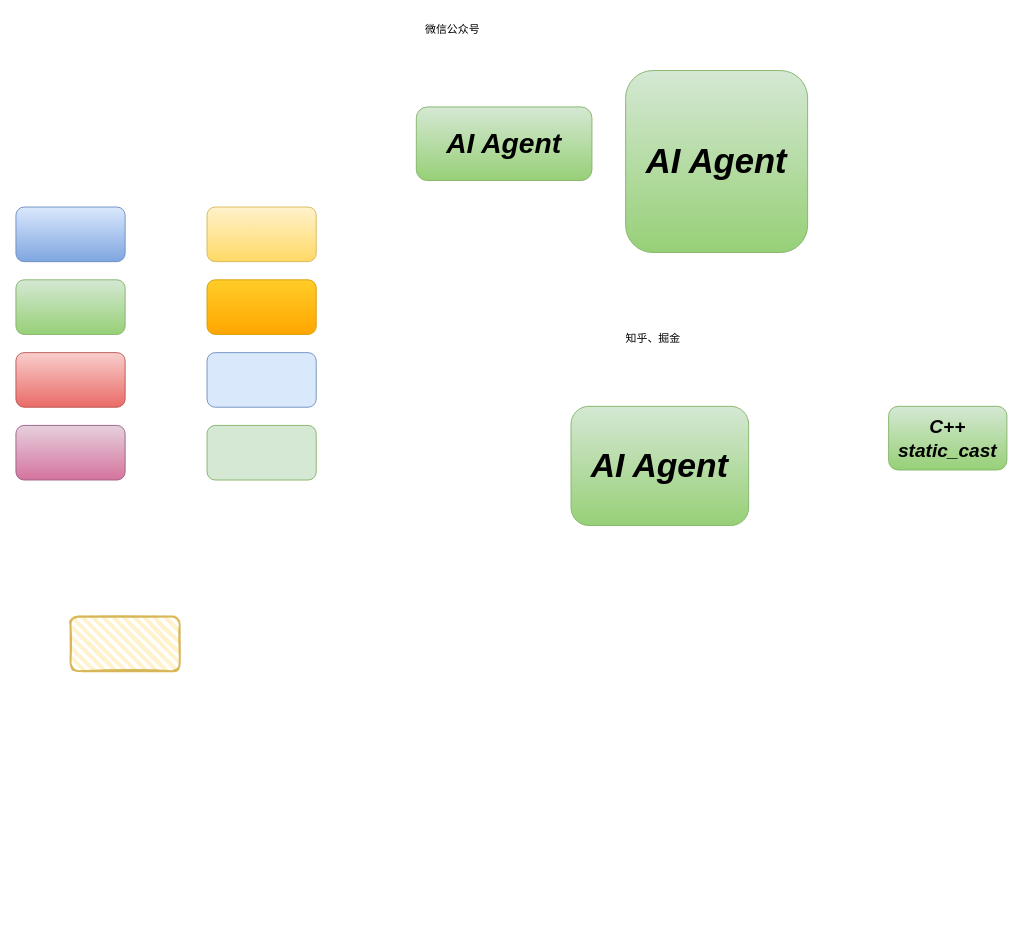
This is page "第 1 页" (1 of 2) of 测试.drawio from wangxiaokun/mypic, a draw.io file, before an edit. Source tidied: cells renumbered, new cells numbered last; positions are measured from the earlier drawing's top-left corner, leaving out a move shared by most shapes. Both pictures are drawn from the tidied source at 91%, with x=0, y=0 at pixel (15, 15).
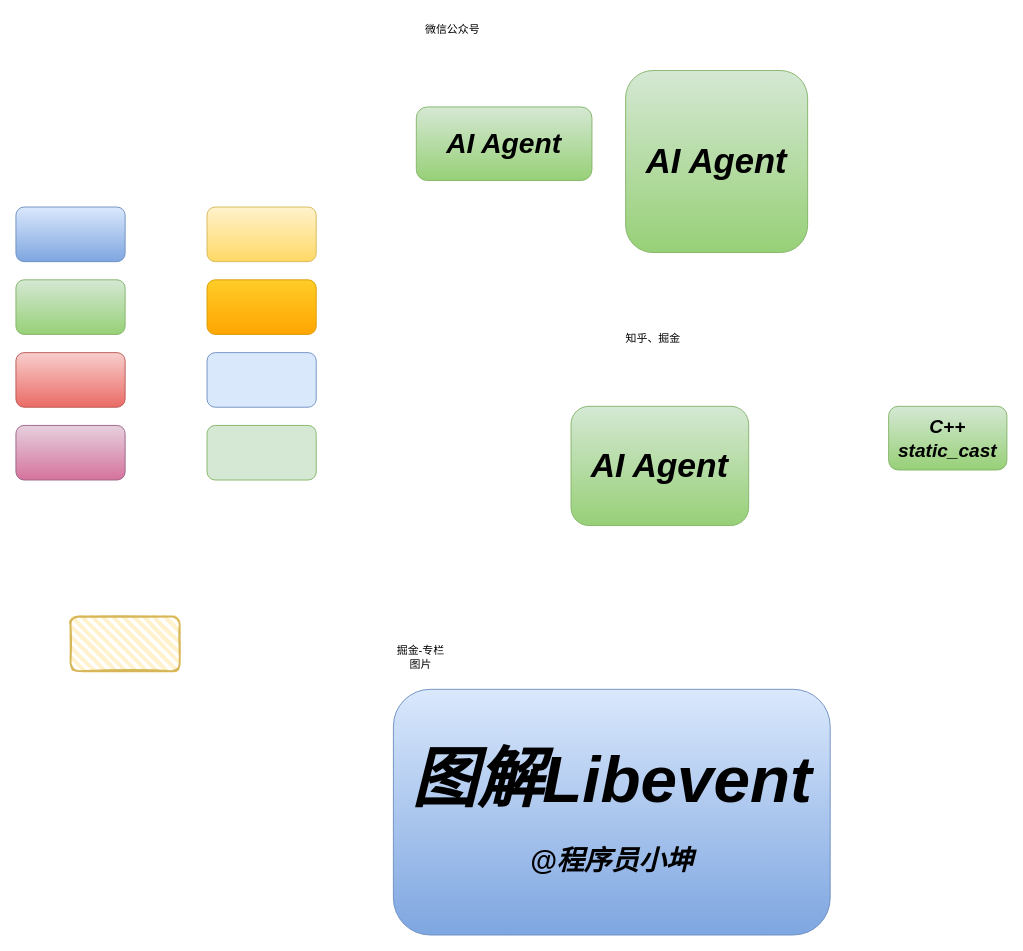
Above is the later version.

The edit, as a diff of the source:
```diff
@@
 <mxGraphModel>
   <root>
     <mxCell id="0" />
     <mxCell id="1" parent="0" />
     <mxCell id="2" style="rounded=1;whiteSpace=wrap;html=1;fillColor=#dae8fc;gradientColor=#7ea6e0;strokeColor=#6c8ebf;" parent="1" vertex="1">
       <mxGeometry y="210" width="120" height="60" as="geometry" />
     </mxCell>
     <mxCell id="3" style="rounded=1;whiteSpace=wrap;html=1;fillColor=#fff2cc;gradientColor=#ffd966;strokeColor=#d6b656;" parent="1" vertex="1">
       <mxGeometry x="210" y="210" width="120" height="60" as="geometry" />
     </mxCell>
     <mxCell id="4" style="rounded=1;whiteSpace=wrap;html=1;fillColor=#d5e8d4;gradientColor=#97d077;strokeColor=#82b366;" parent="1" vertex="1">
       <mxGeometry y="290" width="120" height="60" as="geometry" />
     </mxCell>
     <mxCell id="5" style="rounded=1;whiteSpace=wrap;html=1;fillColor=#e6d0de;gradientColor=#d5739d;strokeColor=#996185;" parent="1" vertex="1">
       <mxGeometry y="450" width="120" height="60" as="geometry" />
     </mxCell>
     <mxCell id="6" style="rounded=1;whiteSpace=wrap;html=1;fillColor=#f8cecc;gradientColor=#ea6b66;strokeColor=#b85450;" parent="1" vertex="1">
       <mxGeometry y="370" width="120" height="60" as="geometry" />
     </mxCell>
     <mxCell id="7" style="rounded=1;whiteSpace=wrap;html=1;fillColor=#ffcd28;gradientColor=#ffa500;strokeColor=#d79b00;" parent="1" vertex="1">
       <mxGeometry x="210" y="290" width="120" height="60" as="geometry" />
     </mxCell>
     <mxCell id="8" style="rounded=1;whiteSpace=wrap;html=1;fillColor=#dae8fc;strokeColor=#6c8ebf;" parent="1" vertex="1">
       <mxGeometry x="210" y="370" width="120" height="60" as="geometry" />
     </mxCell>
     <mxCell id="9" style="rounded=1;whiteSpace=wrap;html=1;fillColor=#d5e8d4;strokeColor=#82b366;" parent="1" vertex="1">
       <mxGeometry x="210" y="450" width="120" height="60" as="geometry" />
     </mxCell>
     <mxCell id="10" style="rounded=1;whiteSpace=wrap;html=1;strokeWidth=2;fillWeight=4;hachureGap=8;hachureAngle=45;fillColor=#fff2cc;sketch=1;strokeColor=#d6b656;" parent="1" vertex="1">
       <mxGeometry x="60" y="660" width="120" height="60" as="geometry" />
     </mxCell>
     <mxCell id="11" value="&lt;font style=&quot;&quot;&gt;&lt;span style=&quot;font-size: 31px;&quot;&gt;AI Agent&lt;/span&gt;&lt;br&gt;&lt;/font&gt;" style="rounded=1;whiteSpace=wrap;html=1;fillColor=#d5e8d4;gradientColor=#97d077;strokeColor=#82b366;fontStyle=3;fontSize=28;" parent="1" vertex="1">
       <mxGeometry x="440" y="100" width="193" height="80.9" as="geometry" />
     </mxCell>
     <mxCell id="12" value="&lt;i&gt;&lt;b&gt;&lt;font style=&quot;font-size: 38px;&quot;&gt;AI Agent&lt;/font&gt;&lt;/b&gt;&lt;/i&gt;" style="rounded=1;whiteSpace=wrap;html=1;fillColor=#d5e8d4;gradientColor=#97d077;strokeColor=#82b366;" parent="1" vertex="1">
       <mxGeometry x="670" y="60" width="200" height="200" as="geometry" />
     </mxCell>
     <mxCell id="13" value="AI Agent" style="rounded=1;whiteSpace=wrap;html=1;fillColor=#d5e8d4;gradientColor=#97d077;strokeColor=#82b366;fontStyle=3;fontSize=37;" parent="1" vertex="1">
       <mxGeometry x="610" y="429" width="195.2" height="131" as="geometry" />
     </mxCell>
     <mxCell id="14" value="微信公众号" style="text;html=1;whiteSpace=wrap;strokeColor=none;fillColor=none;align=center;verticalAlign=middle;rounded=0;" parent="1" vertex="1">
       <mxGeometry x="430" width="100" height="30" as="geometry" />
     </mxCell>
     <mxCell id="15" value="知乎、掘金" style="text;html=1;whiteSpace=wrap;strokeColor=none;fillColor=none;align=center;verticalAlign=middle;rounded=0;" parent="1" vertex="1">
       <mxGeometry x="650" y="340" width="101" height="30" as="geometry" />
     </mxCell>
     <mxCell id="16" value="C++&lt;br&gt;&lt;div&gt;static_cast&lt;/div&gt;" style="rounded=1;whiteSpace=wrap;html=1;fillColor=#d5e8d4;gradientColor=#97d077;strokeColor=#82b366;fontStyle=3;fontSize=21;" parent="1" vertex="1">
       <mxGeometry x="959" y="429" width="130" height="70" as="geometry" />
     </mxCell>
+    <mxCell id="17" value="&lt;font style=&quot;font-size: 72px;&quot;&gt;图解Libevent&lt;/font&gt;&lt;font style=&quot;font-size: 30px;&quot;&gt;&lt;br&gt;@程序员小坤&lt;/font&gt;" style="rounded=1;whiteSpace=wrap;html=1;fillColor=#dae8fc;gradientColor=#7ea6e0;strokeColor=#6c8ebf;fontStyle=3;fontSize=60;" parent="1" vertex="1">
+      <mxGeometry x="414.8" y="740" width="480" height="270" as="geometry" />
+    </mxCell>
+    <mxCell id="18" value="掘金-专栏图片" style="text;html=1;whiteSpace=wrap;strokeColor=none;fillColor=none;align=center;verticalAlign=middle;rounded=0;" parent="1" vertex="1">
+      <mxGeometry x="414.8" y="690" width="60" height="30" as="geometry" />
+    </mxCell>
   </root>
 </mxGraphModel>
```
